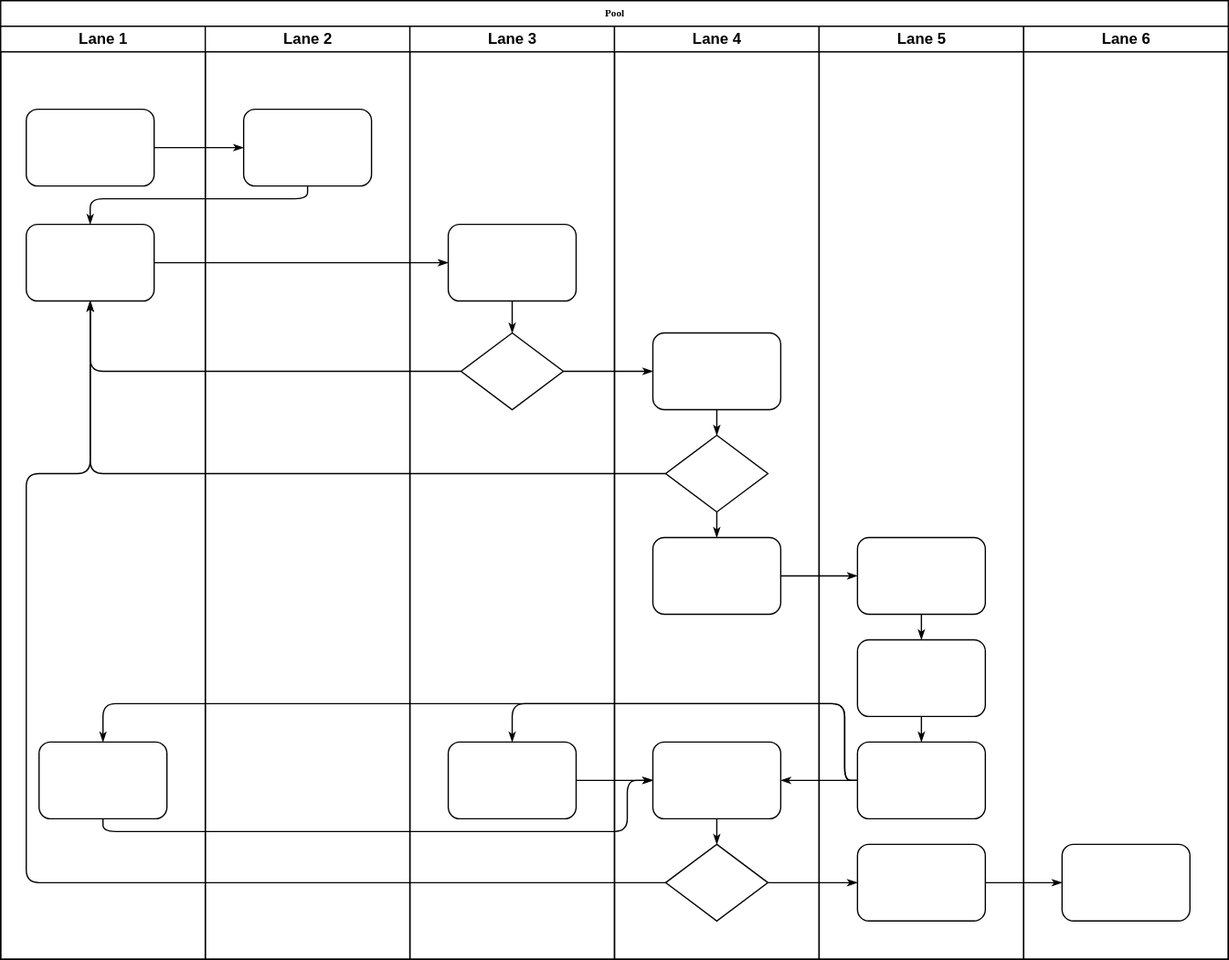
InoryLwc/ConfigRepo keeps this draw.io diagram as Draw.io/draw.io 的导出教程.svg. Above is the earlier version. Source tidied: cells renumbered, new cells last; positions are measured from the earlier drawing's top-left corner, leaving out a move shared by most shapes.
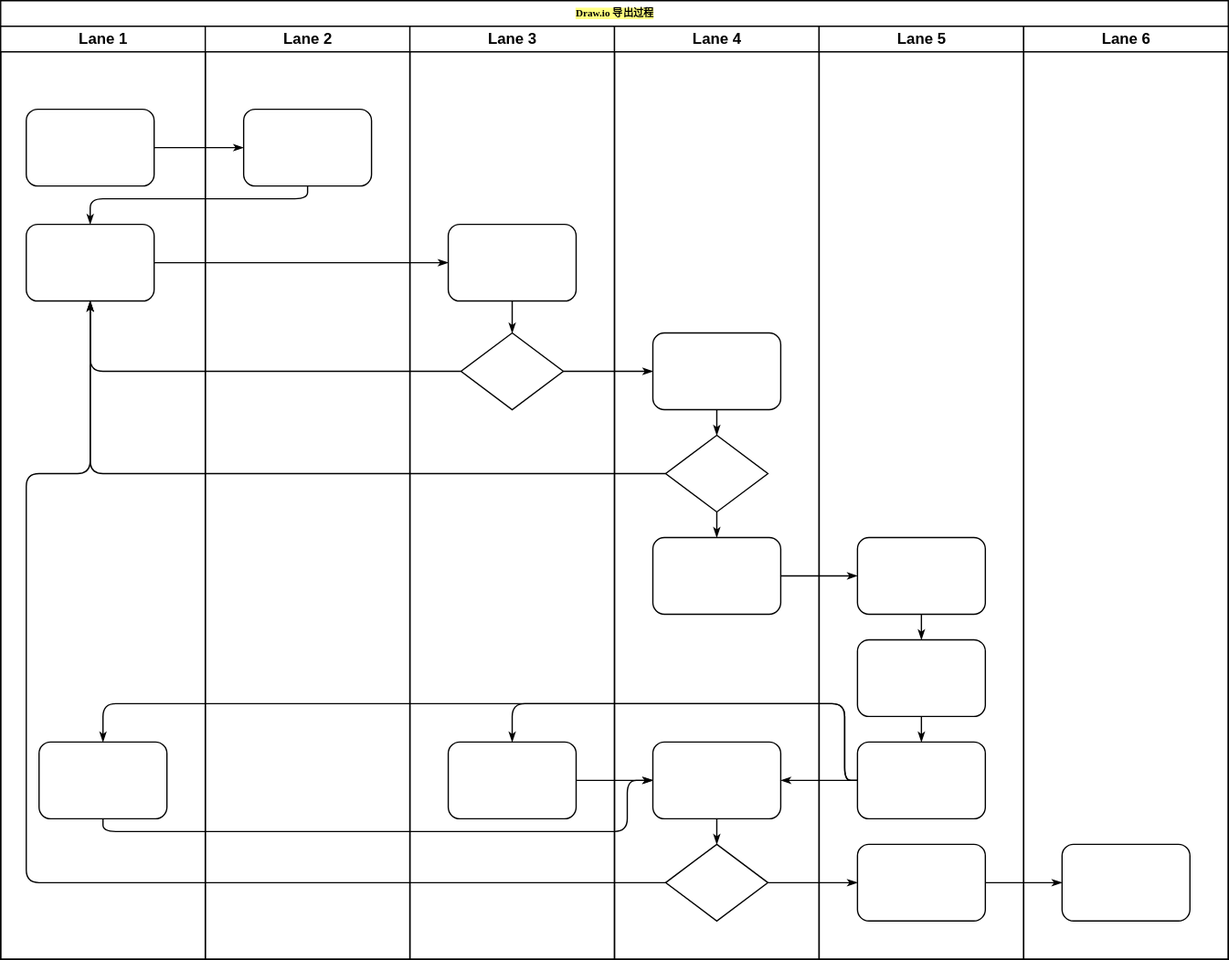
Later version of the same file.

Commit message:
更新draw.io 的导出教程.svg

Diff of the diagram source:
```diff
@@ -2,7 +2,7 @@
   <root>
     <mxCell id="0" />
     <mxCell id="1" parent="0" />
-    <mxCell id="2" value="Pool" style="swimlane;html=1;startSize=20;rounded=0;shadow=0;labelBackgroundColor=none;strokeWidth=1;fontFamily=Verdana;fontSize=8;align=center;" parent="1" vertex="1">
+    <mxCell id="2" value="&lt;span style=&quot;background-color: rgb(255 , 255 , 128)&quot;&gt;Draw.io 导出过程&lt;/span&gt;" style="swimlane;html=1;startSize=20;rounded=0;shadow=0;labelBackgroundColor=none;strokeWidth=1;fontFamily=Verdana;fontSize=8;align=center;" parent="1" vertex="1">
       <mxGeometry width="960" height="750" as="geometry" />
     </mxCell>
     <mxCell id="3" value="Lane 1" style="swimlane;html=1;startSize=20;" parent="2" vertex="1">
```
